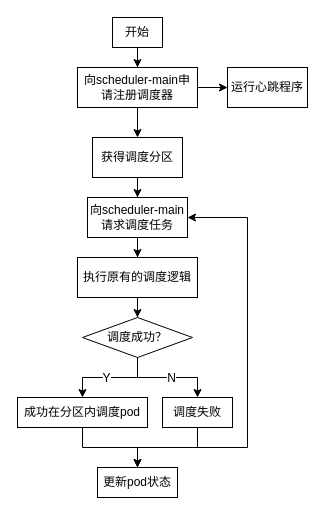
Before: page "Page-4" (4 of 4) of 毕业设计/分布式调度架构.drawio in AgentGuo/flow_chart, a draw.io diagram. Source tidied: cells renumbered, new cells numbered last; positions are measured from the earlier drawing's top-left corner, leaving out a move shared by most shapes. Both pictures are drawn from the tidied source at 100%, with x=0, y=0 at pixel (17, 17).
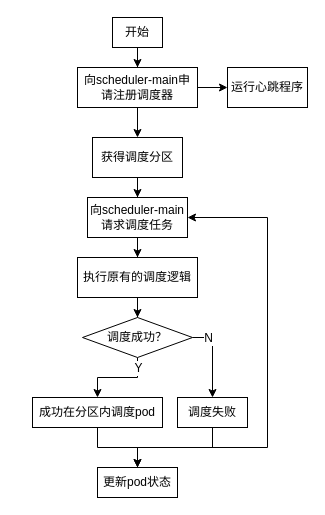
The same diagram, later.

Commit message:
Update 分布式调度架构.drawio

The change refers to these unchanged cells:
```xml
<mxCell id="12" style="edgeStyle=orthogonalEdgeStyle;rounded=0;jettySize=auto;html=1;fontSize=12;exitX=0.5;exitY=1;exitDx=0;exitDy=0;" parent="1" edge="1" source="24" target="19">
  <mxGeometry relative="1" as="geometry" />
</mxCell>
<mxCell id="23" value="更新pod状态" style="whiteSpace=wrap;html=1;rounded=0;" parent="1" vertex="1">
  <mxGeometry x="80" y="450" width="80" height="30" as="geometry" />
</mxCell>
<mxCell id="24" value="调度成功？" style="rhombus;whiteSpace=wrap;html=1;" parent="1" vertex="1">
  <mxGeometry x="65" y="300" width="110" height="40" as="geometry" />
</mxCell>
```

Diff of the diagram source:
```diff
@@
     <mxCell id="13" value="Y" style="edgeLabel;html=1;align=center;verticalAlign=middle;fontSize=12;" parent="12" vertex="1">
       <mxGeometry x="-0.22" y="2" relative="1" as="geometry">
-        <mxPoint x="-15" y="-2" as="offset" />
+        <mxPoint x="11" y="-12" as="offset" />
       </mxGeometry>
     </mxCell>
-    <mxCell id="14" style="edgeStyle=orthogonalEdgeStyle;rounded=0;jettySize=auto;html=1;fontSize=12;exitX=0.5;exitY=1;exitDx=0;exitDy=0;" parent="1" edge="1" source="24" target="21">
-      <mxGeometry relative="1" as="geometry" />
+    <mxCell id="14" style="edgeStyle=orthogonalEdgeStyle;rounded=0;jettySize=auto;html=1;fontSize=12;exitX=1;exitY=0.5;exitDx=0;exitDy=0;" parent="1" edge="1" source="24" target="21">
+      <mxGeometry relative="1" as="geometry">
+        <Array as="points">
+          <mxPoint x="195" y="320" />
+        </Array>
+      </mxGeometry>
     </mxCell>
     <mxCell id="15" value="N" style="edgeLabel;html=1;align=center;verticalAlign=middle;fontSize=12;" parent="14" vertex="1">
       <mxGeometry x="-0.3" y="1" relative="1" as="geometry">
-        <mxPoint x="18" y="1" as="offset" />
+        <mxPoint x="-6" y="-8" as="offset" />
       </mxGeometry>
     </mxCell>
@@
     <mxCell id="18" style="edgeStyle=orthogonalEdgeStyle;rounded=0;jettySize=auto;html=1;fontSize=12;" parent="1" edge="1" source="19" target="23">
       <mxGeometry relative="1" as="geometry">
         <Array as="points">
-          <mxPoint x="65" y="430" />
+          <mxPoint x="80" y="430" />
           <mxPoint x="120" y="430" />
         </Array>
       </mxGeometry>
     </mxCell>
     <mxCell id="19" value="成功在分区内调度pod" style="whiteSpace=wrap;html=1;rounded=0;" parent="1" vertex="1">
-      <mxGeometry y="380" width="130" height="30" as="geometry" />
+      <mxGeometry x="15" y="380" width="130" height="30" as="geometry" />
     </mxCell>
@@
     <mxCell id="21" value="调度失败" style="whiteSpace=wrap;html=1;rounded=0;" parent="1" vertex="1">
-      <mxGeometry x="145" y="380" width="70" height="30" as="geometry" />
+      <mxGeometry x="160" y="380" width="70" height="30" as="geometry" />
     </mxCell>
     <mxCell id="22" style="edgeStyle=orthogonalEdgeStyle;rounded=0;jettySize=auto;html=1;fontSize=12;" parent="1" edge="1" source="23">
       <mxGeometry relative="1" as="geometry">
         <mxPoint x="170" y="200" as="targetPoint" />
         <Array as="points">
           <mxPoint x="120" y="430" />
-          <mxPoint x="230" y="430" />
-          <mxPoint x="230" y="200" />
+          <mxPoint x="250" y="430" />
+          <mxPoint x="250" y="200" />
         </Array>
       </mxGeometry>
     </mxCell>
```
